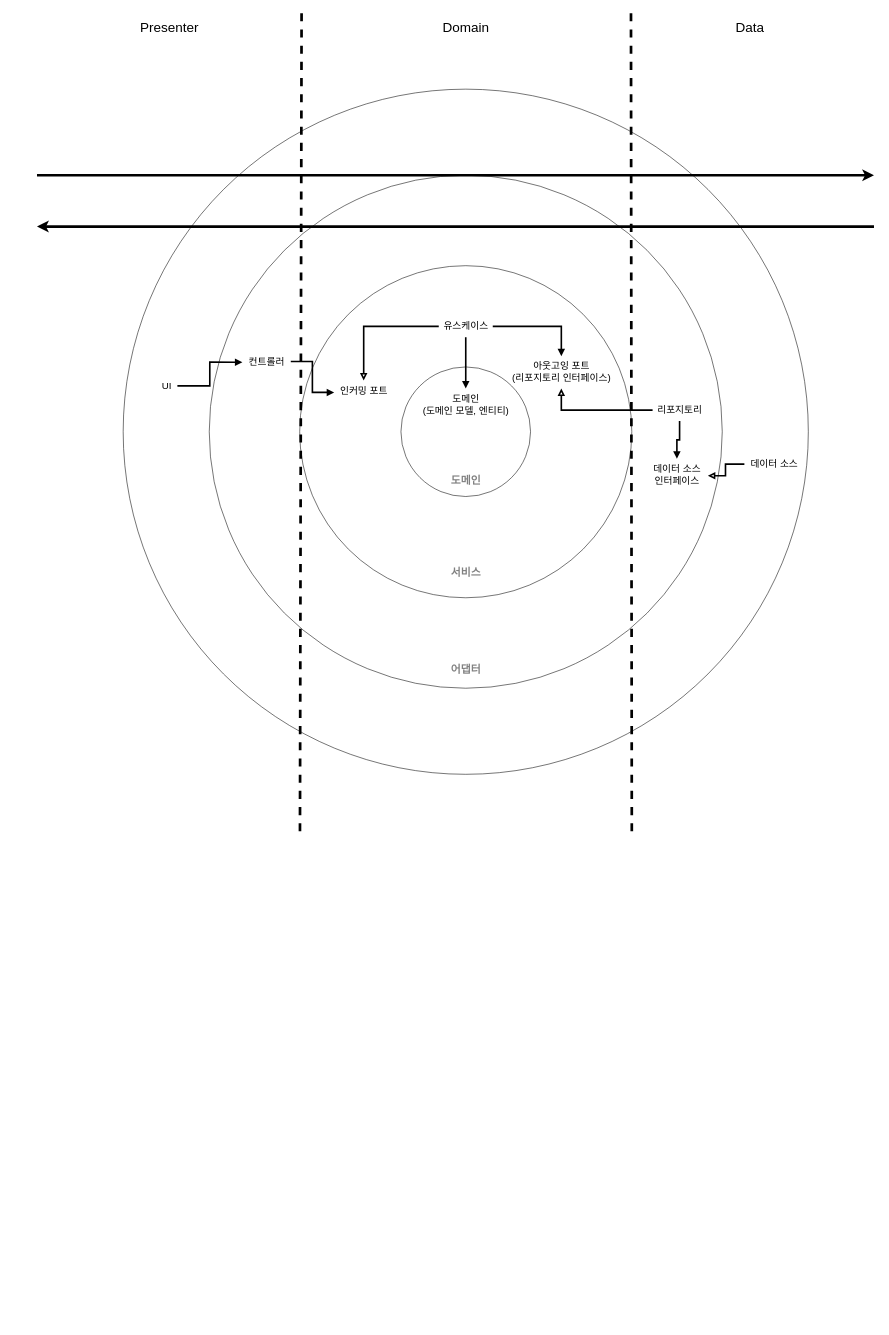
The draw.io diagram page "데이터 흐름" (8 of 8) of architecture/HexagonalArchitecture.drawio.xml in duchangkim/draw.io, before the edit. Source tidied: cells renumbered, new cells numbered last; positions are measured from the earlier drawing's top-left corner, leaving out a move shared by most shapes. Both pictures are drawn from the tidied source at 54%, with x=0, y=0 at pixel (37, 10).
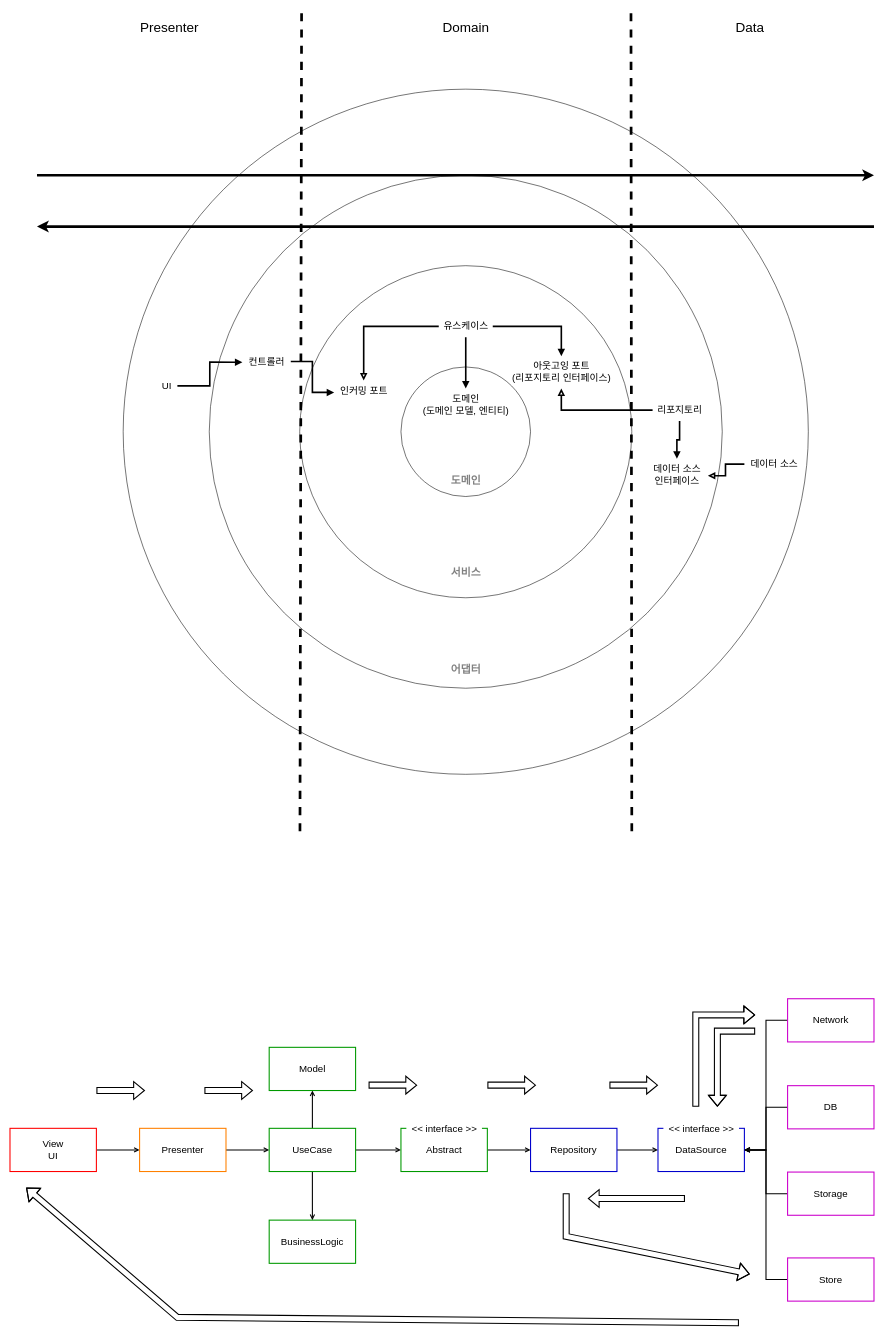
The same page after the edit.

The edit, as a diff of the source:
```diff
@@
+    <mxCell id="33" style="edgeStyle=orthogonalEdgeStyle;rounded=0;jettySize=auto;html=1;entryX=0;entryY=0.5;entryDx=0;entryDy=0;fontSize=18;endArrow=open;endFill=0;strokeWidth=2;" parent="1" edge="1" source="34" target="36">
+      <mxGeometry relative="1" as="geometry" />
+    </mxCell>
+    <mxCell id="34" value="View&lt;br style=&quot;font-size: 18px;&quot;&gt;UI" style="rounded=0;whiteSpace=wrap;html=1;fontSize=18;fillColor=default;strokeColor=#FF0000;strokeWidth=2;" parent="1" vertex="1">
+      <mxGeometry x="-50" y="2070" width="160" height="80" as="geometry" />
+    </mxCell>
+    <mxCell id="35" style="edgeStyle=orthogonalEdgeStyle;rounded=0;jettySize=auto;html=1;entryX=0;entryY=0.5;entryDx=0;entryDy=0;fontSize=18;endArrow=open;endFill=0;strokeWidth=2;" parent="1" edge="1" source="36" target="40">
+      <mxGeometry relative="1" as="geometry" />
+    </mxCell>
+    <mxCell id="36" value="Presenter" style="rounded=0;whiteSpace=wrap;html=1;fontSize=18;fillColor=default;strokeColor=#FF8000;strokeWidth=2;" parent="1" vertex="1">
+      <mxGeometry x="190" y="2070" width="160" height="80" as="geometry" />
+    </mxCell>
+    <mxCell id="37" style="edgeStyle=orthogonalEdgeStyle;rounded=0;jettySize=auto;html=1;fontSize=18;endArrow=open;endFill=0;strokeWidth=2;" parent="1" edge="1" source="40" target="41">
+      <mxGeometry relative="1" as="geometry" />
+    </mxCell>
+    <mxCell id="38" style="edgeStyle=orthogonalEdgeStyle;rounded=0;jettySize=auto;html=1;fontSize=18;endArrow=open;endFill=0;strokeWidth=2;" parent="1" edge="1" source="40" target="42">
+      <mxGeometry relative="1" as="geometry" />
+    </mxCell>
+    <mxCell id="39" style="edgeStyle=orthogonalEdgeStyle;rounded=0;jettySize=auto;html=1;entryX=0;entryY=0.5;entryDx=0;entryDy=0;fontSize=18;endArrow=open;endFill=0;strokeWidth=2;" parent="1" edge="1" source="40" target="44">
+      <mxGeometry relative="1" as="geometry" />
+    </mxCell>
+    <mxCell id="40" value="UseCase" style="rounded=0;whiteSpace=wrap;html=1;fontSize=18;fillColor=default;strokeColor=#009900;strokeWidth=2;" parent="1" vertex="1">
+      <mxGeometry x="430" y="2070" width="160" height="80" as="geometry" />
+    </mxCell>
+    <mxCell id="41" value="Model" style="rounded=0;whiteSpace=wrap;html=1;fontSize=18;fillColor=default;strokeColor=#009900;strokeWidth=2;" parent="1" vertex="1">
+      <mxGeometry x="430" y="1920" width="160" height="80" as="geometry" />
+    </mxCell>
+    <mxCell id="42" value="BusinessLogic" style="rounded=0;whiteSpace=wrap;html=1;fontSize=18;fillColor=default;strokeColor=#009900;strokeWidth=2;" parent="1" vertex="1">
+      <mxGeometry x="430" y="2240" width="160" height="80" as="geometry" />
+    </mxCell>
+    <mxCell id="43" style="edgeStyle=orthogonalEdgeStyle;rounded=0;jettySize=auto;html=1;entryX=0;entryY=0.5;entryDx=0;entryDy=0;fontSize=18;endArrow=open;endFill=0;strokeWidth=2;" parent="1" edge="1" source="44" target="46">
+      <mxGeometry relative="1" as="geometry" />
+    </mxCell>
+    <mxCell id="44" value="Abstract" style="rounded=0;whiteSpace=wrap;html=1;fontSize=18;fillColor=default;strokeColor=#009900;strokeWidth=2;" parent="1" vertex="1">
+      <mxGeometry x="674" y="2070" width="160" height="80" as="geometry" />
+    </mxCell>
+    <mxCell id="45" style="edgeStyle=orthogonalEdgeStyle;rounded=0;jettySize=auto;html=1;entryX=0;entryY=0.5;entryDx=0;entryDy=0;fontSize=18;endArrow=open;endFill=0;strokeWidth=2;" parent="1" edge="1" source="46" target="47">
+      <mxGeometry relative="1" as="geometry" />
+    </mxCell>
+    <mxCell id="46" value="Repository" style="rounded=0;whiteSpace=wrap;html=1;fontSize=18;fillColor=default;strokeColor=#0000CC;strokeWidth=2;" parent="1" vertex="1">
+      <mxGeometry x="914" y="2070" width="160" height="80" as="geometry" />
+    </mxCell>
+    <mxCell id="47" value="DataSource" style="rounded=0;whiteSpace=wrap;html=1;fontSize=18;fillColor=default;strokeColor=#0000CC;strokeWidth=2;" parent="1" vertex="1">
+      <mxGeometry x="1150" y="2070" width="160" height="80" as="geometry" />
+    </mxCell>
+    <mxCell id="48" style="edgeStyle=orthogonalEdgeStyle;rounded=0;jettySize=auto;html=1;entryX=1;entryY=0.5;entryDx=0;entryDy=0;fontSize=18;endArrow=open;endFill=0;strokeWidth=2;" parent="1" edge="1" source="49" target="47">
+      <mxGeometry relative="1" as="geometry" />
+    </mxCell>
+    <mxCell id="49" value="Network" style="rounded=0;whiteSpace=wrap;html=1;fontSize=18;fillColor=default;strokeColor=#CC00CC;strokeWidth=2;" parent="1" vertex="1">
+      <mxGeometry x="1390" y="1830" width="160" height="80" as="geometry" />
+    </mxCell>
+    <mxCell id="50" style="edgeStyle=orthogonalEdgeStyle;rounded=0;jettySize=auto;html=1;entryX=1;entryY=0.5;entryDx=0;entryDy=0;fontSize=18;endArrow=open;endFill=0;strokeWidth=2;" parent="1" edge="1" source="51" target="47">
+      <mxGeometry relative="1" as="geometry" />
+    </mxCell>
+    <mxCell id="51" value="Store" style="rounded=0;whiteSpace=wrap;html=1;fontSize=18;fillColor=default;strokeColor=#CC00CC;strokeWidth=2;" parent="1" vertex="1">
+      <mxGeometry x="1390" y="2310" width="160" height="80" as="geometry" />
+    </mxCell>
+    <mxCell id="52" style="edgeStyle=orthogonalEdgeStyle;rounded=0;jettySize=auto;html=1;entryX=1;entryY=0.5;entryDx=0;entryDy=0;fontSize=18;endArrow=open;endFill=0;strokeWidth=2;" parent="1" edge="1" source="53" target="47">
+      <mxGeometry relative="1" as="geometry" />
+    </mxCell>
+    <mxCell id="53" value="DB" style="rounded=0;whiteSpace=wrap;html=1;fontSize=18;fillColor=default;strokeColor=#CC00CC;strokeWidth=2;" parent="1" vertex="1">
+      <mxGeometry x="1390" y="1991" width="160" height="80" as="geometry" />
+    </mxCell>
+    <mxCell id="54" style="edgeStyle=orthogonalEdgeStyle;rounded=0;jettySize=auto;html=1;entryX=1;entryY=0.5;entryDx=0;entryDy=0;fontSize=18;endArrow=open;endFill=0;strokeWidth=2;" parent="1" edge="1" source="55" target="47">
+      <mxGeometry relative="1" as="geometry" />
+    </mxCell>
+    <mxCell id="55" value="Storage" style="rounded=0;whiteSpace=wrap;html=1;fontSize=18;fillColor=default;strokeColor=#CC00CC;strokeWidth=2;" parent="1" vertex="1">
+      <mxGeometry x="1390" y="2151" width="160" height="80" as="geometry" />
+    </mxCell>
+    <mxCell id="56" value="&amp;lt;&amp;lt; interface &amp;gt;&amp;gt;" style="text;html=1;align=center;verticalAlign=middle;strokeColor=none;fillColor=default;fontSize=18;" parent="1" vertex="1">
+      <mxGeometry x="1160" y="2051" width="140" height="40" as="geometry" />
+    </mxCell>
+    <mxCell id="57" value="&amp;lt;&amp;lt; interface &amp;gt;&amp;gt;" style="text;html=1;align=center;verticalAlign=middle;strokeColor=none;fillColor=default;fontSize=18;" parent="1" vertex="1">
+      <mxGeometry x="684" y="2051" width="140" height="40" as="geometry" />
+    </mxCell>
+    <mxCell id="58" style="shape=flexArrow;endArrow=classic;html=1;rounded=0;fontSize=18;strokeWidth=2;" parent="1" edge="1">
+      <mxGeometry relative="1" as="geometry">
+        <mxPoint x="110" y="2000" as="sourcePoint" />
+        <mxPoint x="200" y="2000" as="targetPoint" />
+      </mxGeometry>
+    </mxCell>
+    <mxCell id="59" style="shape=flexArrow;endArrow=classic;html=1;rounded=0;fontSize=18;strokeWidth=2;" parent="1" edge="1">
+      <mxGeometry relative="1" as="geometry">
+        <mxPoint x="310" y="2000" as="sourcePoint" />
+        <mxPoint x="400" y="2000" as="targetPoint" />
+      </mxGeometry>
+    </mxCell>
+    <mxCell id="60" style="shape=flexArrow;endArrow=classic;html=1;rounded=0;fontSize=18;strokeWidth=2;" parent="1" edge="1">
+      <mxGeometry relative="1" as="geometry">
+        <mxPoint x="614" y="1990" as="sourcePoint" />
+        <mxPoint x="704" y="1990" as="targetPoint" />
+      </mxGeometry>
+    </mxCell>
+    <mxCell id="61" style="shape=flexArrow;endArrow=classic;html=1;rounded=0;fontSize=18;strokeWidth=2;" parent="1" edge="1">
+      <mxGeometry relative="1" as="geometry">
+        <mxPoint x="834" y="1990" as="sourcePoint" />
+        <mxPoint x="924" y="1990" as="targetPoint" />
+      </mxGeometry>
+    </mxCell>
+    <mxCell id="62" style="shape=flexArrow;endArrow=classic;html=1;rounded=0;fontSize=18;strokeWidth=2;" parent="1" edge="1">
+      <mxGeometry relative="1" as="geometry">
+        <mxPoint x="1060" y="1990" as="sourcePoint" />
+        <mxPoint x="1150" y="1990" as="targetPoint" />
+      </mxGeometry>
+    </mxCell>
+    <mxCell id="63" style="shape=flexArrow;endArrow=classic;html=1;rounded=0;fontSize=18;strokeWidth=2;" parent="1" edge="1">
+      <mxGeometry relative="1" as="geometry">
+        <mxPoint x="1220" y="2030" as="sourcePoint" />
+        <mxPoint x="1330" y="1860" as="targetPoint" />
+        <Array as="points">
+          <mxPoint x="1220" y="1860" />
+        </Array>
+      </mxGeometry>
+    </mxCell>
+    <mxCell id="64" style="shape=flexArrow;endArrow=classic;html=1;rounded=0;fontSize=18;strokeWidth=2;" parent="1" edge="1">
+      <mxGeometry relative="1" as="geometry">
+        <mxPoint x="1330" y="1890" as="sourcePoint" />
+        <mxPoint x="1260" y="2030" as="targetPoint" />
+        <Array as="points">
+          <mxPoint x="1260" y="1890" />
+        </Array>
+      </mxGeometry>
+    </mxCell>
+    <mxCell id="65" style="shape=flexArrow;endArrow=classic;html=1;rounded=0;fontSize=18;strokeWidth=2;" parent="1" edge="1">
+      <mxGeometry relative="1" as="geometry">
+        <mxPoint x="1200" y="2200" as="sourcePoint" />
+        <mxPoint x="1020" y="2200" as="targetPoint" />
+      </mxGeometry>
+    </mxCell>
+    <mxCell id="66" style="shape=flexArrow;endArrow=classic;html=1;rounded=0;fontSize=18;strokeWidth=2;" parent="1" edge="1">
+      <mxGeometry relative="1" as="geometry">
+        <mxPoint x="980" y="2190" as="sourcePoint" />
+        <mxPoint x="1320" y="2340" as="targetPoint" />
+        <Array as="points">
+          <mxPoint x="980" y="2270" />
+        </Array>
+      </mxGeometry>
+    </mxCell>
+    <mxCell id="67" style="shape=flexArrow;endArrow=classic;html=1;rounded=0;fontSize=18;strokeWidth=2;" parent="1" edge="1">
+      <mxGeometry relative="1" as="geometry">
+        <mxPoint x="1300" y="2430" as="sourcePoint" />
+        <mxPoint x="-20" y="2180" as="targetPoint" />
+        <Array as="points">
+          <mxPoint x="260" y="2420" />
+        </Array>
+      </mxGeometry>
+    </mxCell>
```
